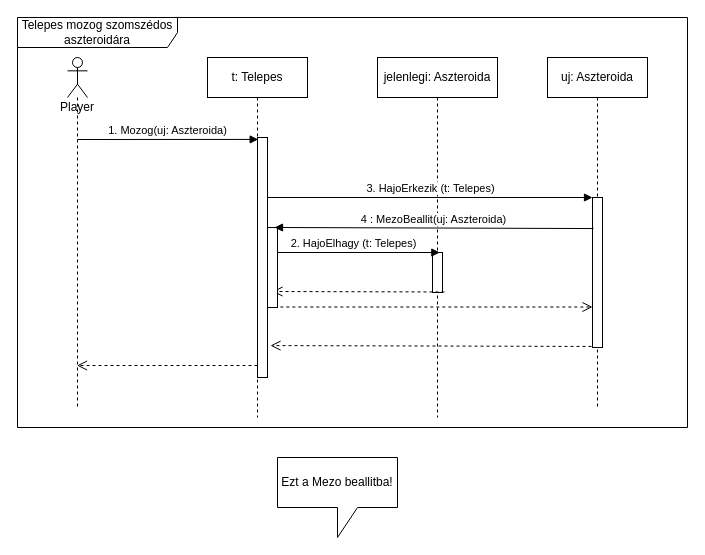
The draw.io diagram page "TelepesFromAszteroidaToAszteroida" (1 of 2) of doc/szekvencia/szek_TelepesMozog.drawio in torpeBoiGo/aszteroidabanyaszat, before the edit. Source tidied: cells renumbered, new cells numbered last; positions are measured from the earlier drawing's top-left corner, leaving out a move shared by most shapes. Both pictures are drawn from the tidied source at 100%, with x=0, y=0 at pixel (17, 17).
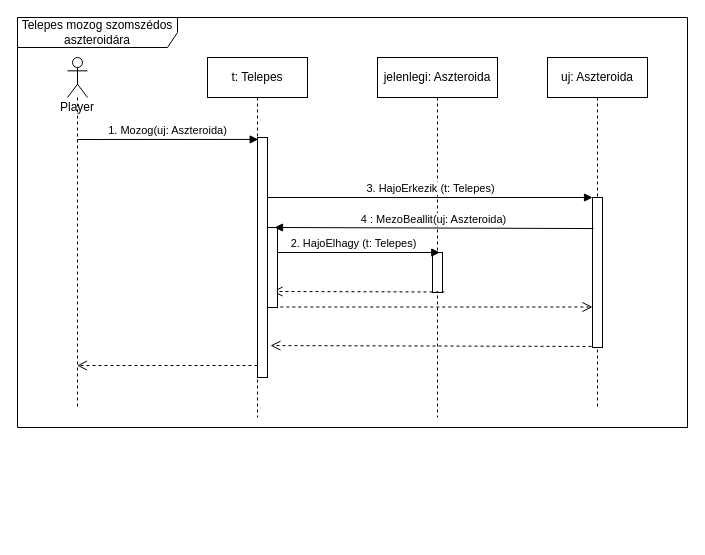
The same page after the edit.

Commit message:
robot változat

The edit, as a diff of the source:
```diff
@@
-    <mxCell id="20" value="Ezt a Mezo beallitba!" style="shape=callout;whiteSpace=wrap;html=1;perimeter=calloutPerimeter;" parent="1" vertex="1">
-      <mxGeometry x="260" y="440" width="120" height="80" as="geometry" />
-    </mxCell>
```
